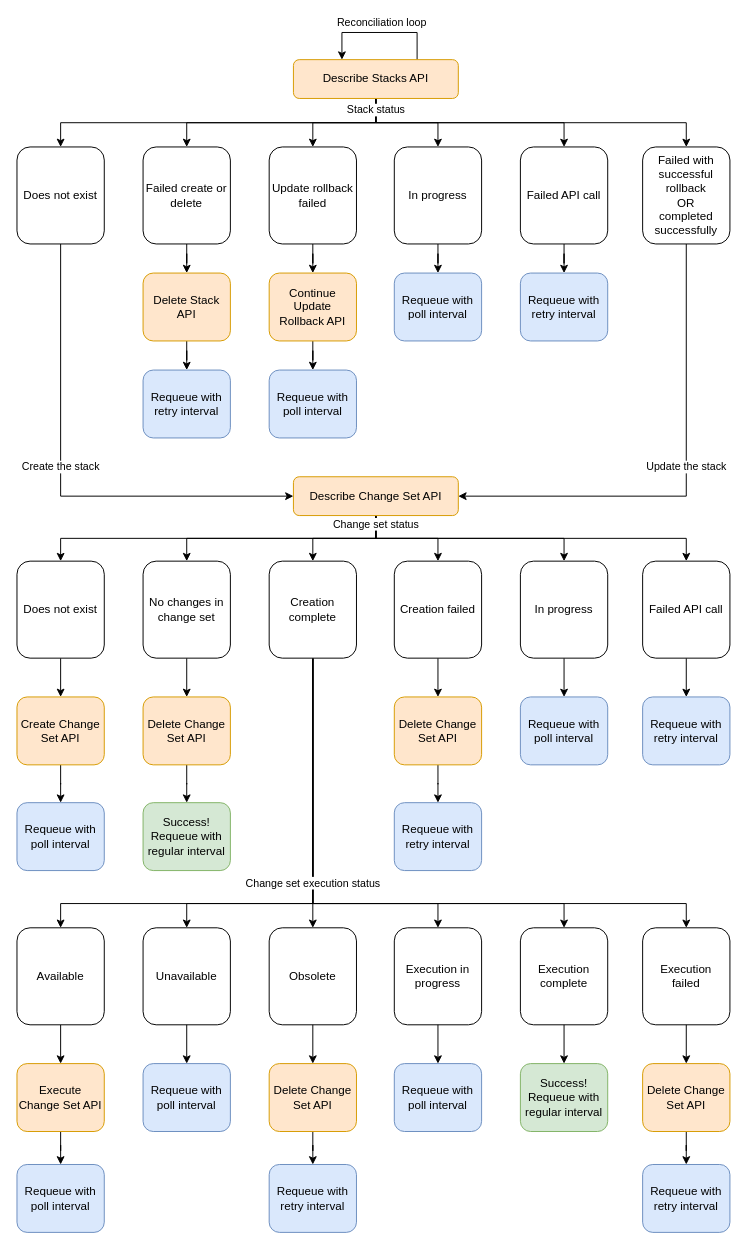
This is page "Regular Loop" (1 of 2) of docs/diagrams/reconciliation-loop.drawio from awslabs/aws-cloudformation-controller-for-flux, a draw.io file, before an edit. Source tidied: cells renumbered, new cells numbered last; positions are measured from the earlier drawing's top-left corner, leaving out a move shared by most shapes. Both pictures are drawn from the tidied source at 97%, with x=0, y=0 at pixel (16, 32).
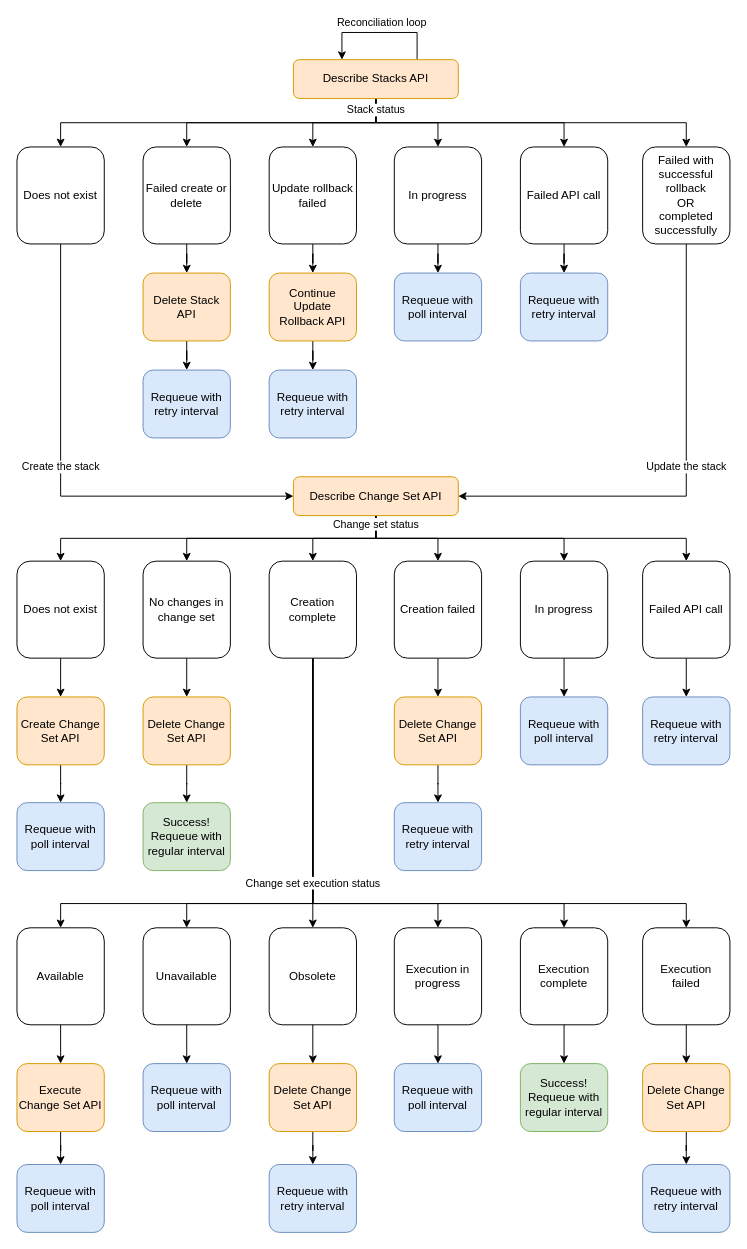
The same page after the edit.

Diff of the diagram source:
```diff
@@
-    <mxCell id="24" value="Requeue with poll interval" style="rounded=1;whiteSpace=wrap;html=1;fontSize=12;glass=0;strokeWidth=1;shadow=0;fillColor=#dae8fc;strokeColor=#6c8ebf;" parent="1" vertex="1">
+    <mxCell id="24" value="Requeue with retry interval" style="rounded=1;whiteSpace=wrap;html=1;fontSize=12;glass=0;strokeWidth=1;shadow=0;fillColor=#dae8fc;strokeColor=#6c8ebf;" parent="1" vertex="1">
       <mxGeometry x="260" y="348" width="90" height="70" as="geometry" />
     </mxCell>
```
